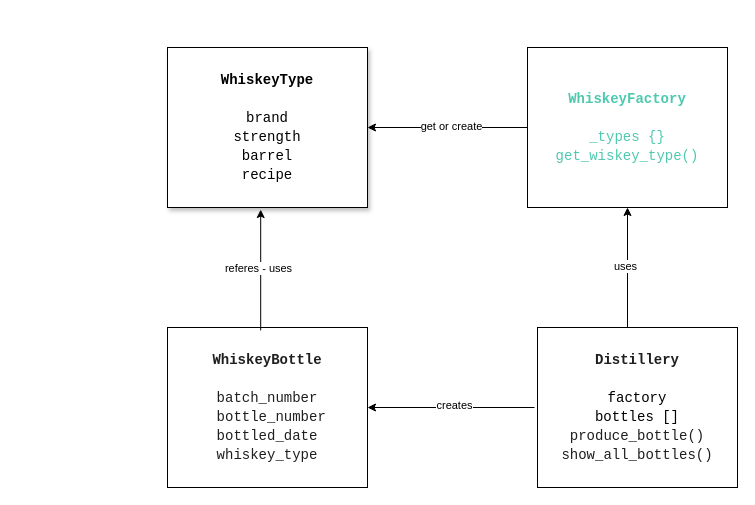
WadverW/avada_homework keeps this draw.io diagram as my_examples/diagrams/flyweight.drawio. Above is the earlier version. Source tidied: cells renumbered, new cells numbered last; positions are measured from the earlier drawing's top-left corner, leaving out a move shared by most shapes. Both pictures are drawn from the tidied source at 100%, with x=0, y=0 at pixel (167, 47).
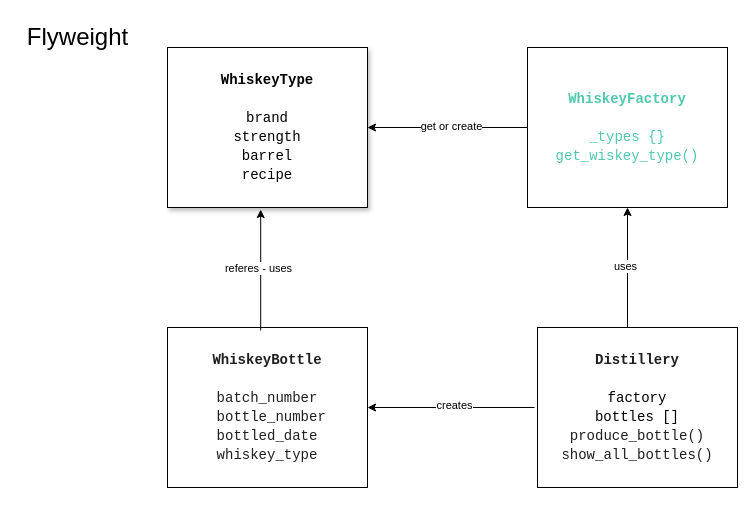
The same page after the edit.

Diff of the diagram source:
```diff
@@
 <mxGraphModel>
   <root>
     <mxCell id="0" />
     <mxCell id="1" parent="0" />
     <mxCell id="2" value="&lt;div style=&quot;font-family: Consolas, &amp;quot;Courier New&amp;quot;, monospace; font-size: 14px; line-height: 19px; white-space: pre;&quot;&gt;&lt;span&gt;&lt;b style=&quot;&quot;&gt;&lt;font style=&quot;&quot;&gt;WhiskeyType&lt;/font&gt;&lt;/b&gt;&lt;/span&gt;&lt;/div&gt;&lt;div style=&quot;font-family: Consolas, &amp;quot;Courier New&amp;quot;, monospace; font-size: 14px; line-height: 19px; white-space: pre;&quot;&gt;&lt;span&gt;&lt;b style=&quot;&quot;&gt;&lt;font style=&quot;&quot;&gt;&lt;br&gt;&lt;/font&gt;&lt;/b&gt;&lt;/span&gt;&lt;/div&gt;&lt;div style=&quot;font-family: Consolas, &amp;quot;Courier New&amp;quot;, monospace; font-size: 14px; line-height: 19px; white-space: pre;&quot;&gt;&lt;span style=&quot;background-color: transparent;&quot;&gt;&lt;font style=&quot;&quot;&gt;brand&lt;/font&gt;&lt;/span&gt;&lt;/div&gt;&lt;div style=&quot;font-family: Consolas, &amp;quot;Courier New&amp;quot;, monospace; font-size: 14px; line-height: 19px; white-space: pre;&quot;&gt;&lt;span style=&quot;&quot;&gt;&lt;font style=&quot;&quot;&gt;&lt;div style=&quot;line-height: 19px;&quot;&gt;&lt;font&gt;strength&lt;/font&gt;&lt;/div&gt;&lt;div style=&quot;line-height: 19px;&quot;&gt;&lt;font&gt;barrel&lt;/font&gt;&lt;/div&gt;&lt;div style=&quot;line-height: 19px;&quot;&gt;&lt;font&gt;recipe&lt;/font&gt;&lt;/div&gt;&lt;/font&gt;&lt;/span&gt;&lt;/div&gt;" style="rounded=0;whiteSpace=wrap;html=1;shadow=1;" parent="1" vertex="1">
       <mxGeometry width="200" height="160" as="geometry" />
     </mxCell>
     <mxCell id="3" value="&lt;div style=&quot;font-family: Consolas, &amp;quot;Courier New&amp;quot;, monospace; font-size: 14px; line-height: 19px; white-space: pre;&quot;&gt;&lt;span&gt;&lt;font style=&quot;color: light-dark(rgb(78, 201, 176), rgb(255, 255, 255));&quot;&gt;&lt;b&gt;WhiskeyFactory&lt;/b&gt;&lt;/font&gt;&lt;/span&gt;&lt;/div&gt;&lt;div style=&quot;font-family: Consolas, &amp;quot;Courier New&amp;quot;, monospace; font-size: 14px; line-height: 19px; white-space: pre;&quot;&gt;&lt;span&gt;&lt;font style=&quot;color: light-dark(rgb(78, 201, 176), rgb(255, 255, 255));&quot;&gt;&lt;b&gt;&lt;br&gt;&lt;/b&gt;&lt;/font&gt;&lt;/span&gt;&lt;/div&gt;&lt;div style=&quot;font-family: Consolas, &amp;quot;Courier New&amp;quot;, monospace; font-size: 14px; line-height: 19px; white-space: pre; color: rgb(204, 204, 204);&quot;&gt;&lt;span style=&quot;color: rgb(78, 201, 176);&quot;&gt;&lt;font style=&quot;color: light-dark(rgb(78, 201, 176), rgb(255, 255, 255));&quot;&gt;_types {}&lt;/font&gt;&lt;/span&gt;&lt;/div&gt;&lt;div style=&quot;font-family: Consolas, &amp;quot;Courier New&amp;quot;, monospace; font-size: 14px; line-height: 19px; white-space: pre; color: rgb(204, 204, 204);&quot;&gt;&lt;span style=&quot;color: rgb(78, 201, 176);&quot;&gt;&lt;font style=&quot;color: light-dark(rgb(78, 201, 176), rgb(255, 255, 255));&quot;&gt;get_wiskey_type()&lt;/font&gt;&lt;/span&gt;&lt;/div&gt;" style="rounded=0;whiteSpace=wrap;html=1;" parent="1" vertex="1">
       <mxGeometry x="360" width="200" height="160" as="geometry" />
     </mxCell>
     <mxCell id="4" value="&lt;div style=&quot;font-family: Consolas, &amp;quot;Courier New&amp;quot;, monospace; font-size: 14px; line-height: 19px; white-space: pre;&quot;&gt;&lt;span&gt;&lt;font style=&quot;color: light-dark(rgb(31, 31, 31), rgb(255, 255, 255));&quot;&gt;&lt;b&gt;Distillery&lt;/b&gt;&lt;/font&gt;&lt;/span&gt;&lt;/div&gt;&lt;div style=&quot;font-family: Consolas, &amp;quot;Courier New&amp;quot;, monospace; font-size: 14px; line-height: 19px; white-space: pre;&quot;&gt;&lt;span&gt;&lt;font style=&quot;color: light-dark(rgb(31, 31, 31), rgb(255, 255, 255));&quot;&gt;&lt;b&gt;&lt;br&gt;&lt;/b&gt;&lt;/font&gt;&lt;/span&gt;&lt;/div&gt;&lt;div style=&quot;font-family: Consolas, &amp;quot;Courier New&amp;quot;, monospace; font-size: 14px; line-height: 19px; white-space: pre;&quot;&gt;&lt;div style=&quot;line-height: 19px;&quot;&gt;&lt;font&gt;&lt;span&gt;factory&lt;/span&gt;&lt;/font&gt;&lt;/div&gt;&lt;div style=&quot;line-height: 19px;&quot;&gt;&lt;div style=&quot;line-height: 19px;&quot;&gt;&lt;font&gt;&lt;span&gt;bottles&lt;/span&gt; []&lt;/font&gt;&lt;/div&gt;&lt;div style=&quot;color: light-dark(rgb(204, 204, 204), rgb(62, 62, 62)); line-height: 19px;&quot;&gt;&lt;div style=&quot;line-height: 19px;&quot;&gt;&lt;span style=&quot;color: rgb(220, 220, 170);&quot;&gt;&lt;font style=&quot;color: light-dark(rgb(31, 31, 31), rgb(255, 255, 255));&quot;&gt;produce_bottle()&lt;/font&gt;&lt;/span&gt;&lt;/div&gt;&lt;div style=&quot;line-height: 19px;&quot;&gt;&lt;span style=&quot;color: rgb(220, 220, 170);&quot;&gt;&lt;font style=&quot;color: light-dark(rgb(31, 31, 31), rgb(255, 255, 255));&quot;&gt;show_all_bottles()&lt;/font&gt;&lt;/span&gt;&lt;/div&gt;&lt;/div&gt;&lt;/div&gt;&lt;/div&gt;" style="rounded=0;whiteSpace=wrap;html=1;" parent="1" vertex="1">
       <mxGeometry x="370" y="280" width="200" height="160" as="geometry" />
     </mxCell>
     <mxCell id="5" value="&lt;div style=&quot;font-family: Consolas, &amp;quot;Courier New&amp;quot;, monospace; font-size: 14px; line-height: 19px; white-space: pre;&quot;&gt;&lt;font style=&quot;color: light-dark(rgb(31, 31, 31), rgb(255, 255, 255));&quot;&gt;&lt;b&gt;WhiskeyBottle&lt;/b&gt;&lt;/font&gt;&lt;/div&gt;&lt;div style=&quot;font-family: Consolas, &amp;quot;Courier New&amp;quot;, monospace; font-size: 14px; line-height: 19px; white-space: pre;&quot;&gt;&lt;font style=&quot;color: light-dark(rgb(31, 31, 31), rgb(255, 255, 255));&quot;&gt;&lt;b&gt;&lt;br&gt;&lt;/b&gt;&lt;/font&gt;&lt;/div&gt;&lt;div style=&quot;font-family: Consolas, &amp;quot;Courier New&amp;quot;, monospace; font-size: 14px; line-height: 19px; white-space: pre;&quot;&gt;&lt;font style=&quot;&quot;&gt;&lt;div style=&quot;line-height: 19px;&quot;&gt;&lt;div style=&quot;&quot;&gt;&lt;span&gt;&lt;font style=&quot;color: light-dark(rgb(31, 31, 31), rgb(255, 255, 255));&quot;&gt;batch_number&lt;/font&gt;&lt;/span&gt;&lt;/div&gt;&lt;div style=&quot;&quot;&gt;&lt;span&gt;&lt;font style=&quot;color: light-dark(rgb(31, 31, 31), rgb(255, 255, 255));&quot;&gt;&amp;nbsp;&lt;/font&gt;&lt;span style=&quot;color: rgb(156, 220, 254);&quot;&gt;&lt;font style=&quot;color: light-dark(rgb(31, 31, 31), rgb(255, 255, 255));&quot;&gt;bottle_number&lt;/font&gt;&lt;/span&gt;&lt;/span&gt;&lt;/div&gt;&lt;div style=&quot;&quot;&gt;&lt;span style=&quot;color: rgb(156, 220, 254);&quot;&gt;&lt;font style=&quot;color: light-dark(rgb(31, 31, 31), rgb(255, 255, 255));&quot;&gt;bottled_date&lt;/font&gt;&lt;/span&gt;&lt;/div&gt;&lt;div style=&quot;&quot;&gt;&lt;span style=&quot;color: rgb(156, 220, 254);&quot;&gt;&lt;font style=&quot;color: light-dark(rgb(31, 31, 31), rgb(255, 255, 255));&quot;&gt;whiskey_type&lt;/font&gt;&lt;/span&gt;&lt;/div&gt;&lt;/div&gt;&lt;/font&gt;&lt;/div&gt;" style="rounded=0;whiteSpace=wrap;html=1;" parent="1" vertex="1">
       <mxGeometry y="280" width="200" height="160" as="geometry" />
     </mxCell>
     <mxCell id="6" style="endArrow=classic;html=1;rounded=0;entryX=1;entryY=0.5;entryDx=0;entryDy=0;" parent="1" edge="1" target="5">
       <mxGeometry relative="1" as="geometry">
         <mxPoint x="367" y="360" as="sourcePoint" />
       </mxGeometry>
     </mxCell>
     <mxCell id="7" value="Text" style="edgeLabel;html=1;align=center;verticalAlign=middle;" parent="6" vertex="1">
       <mxGeometry y="-2" relative="1" as="geometry" />
     </mxCell>
     <mxCell id="8" value="creates" style="edgeLabel;html=1;align=center;verticalAlign=middle;" parent="6" vertex="1">
       <mxGeometry x="-0.03" y="-3" relative="1" as="geometry" />
     </mxCell>
     <mxCell id="9" style="endArrow=classic;html=1;rounded=0;entryX=1;entryY=0.5;entryDx=0;entryDy=0;" parent="1" edge="1" source="3" target="2">
       <mxGeometry relative="1" as="geometry" />
     </mxCell>
     <mxCell id="10" value="get or create" style="edgeLabel;html=1;align=center;verticalAlign=middle;" parent="9" vertex="1">
       <mxGeometry x="-0.04" y="-2" relative="1" as="geometry" />
     </mxCell>
     <mxCell id="11" style="endArrow=classic;html=1;rounded=0;entryX=0.5;entryY=1;entryDx=0;entryDy=0;exitX=0.45;exitY=0;exitDx=0;exitDy=0;exitPerimeter=0;" parent="1" edge="1" source="4" target="3">
       <mxGeometry relative="1" as="geometry" />
     </mxCell>
     <mxCell id="12" value="uses" style="edgeLabel;html=1;align=center;verticalAlign=middle;" parent="11" vertex="1">
       <mxGeometry x="0.03" y="3" relative="1" as="geometry" />
     </mxCell>
     <mxCell id="13" style="endArrow=classic;html=1;rounded=0;entryX=0.466;entryY=1.013;entryDx=0;entryDy=0;entryPerimeter=0;exitX=0.466;exitY=0.018;exitDx=0;exitDy=0;exitPerimeter=0;" parent="1" edge="1" source="5" target="2">
       <mxGeometry relative="1" as="geometry" />
     </mxCell>
     <mxCell id="14" value="referes - uses" style="edgeLabel;html=1;align=center;verticalAlign=middle;" parent="13" vertex="1">
       <mxGeometry x="0.02" y="3" relative="1" as="geometry" />
     </mxCell>
+    <mxCell id="15" value="&lt;font style=&quot;font-size: 24px;&quot;&gt;Flyweight&lt;/font&gt;" style="text;html=1;align=center;verticalAlign=middle;strokeColor=none;fillColor=none;" parent="1" vertex="1">
+      <mxGeometry x="-150" y="-30" width="120" height="40" as="geometry" />
+    </mxCell>
   </root>
 </mxGraphModel>
```
